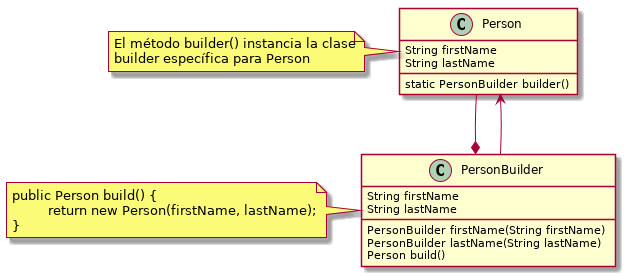
Above: plantuml/creational/builder.png in sauljabin/java-design-patterns (PlantUML), before the change. Source of this version:
```plantuml
@startuml

class Person {
String firstName
String lastName
static PersonBuilder builder()
}

class PersonBuilder {
String firstName
String lastName
PersonBuilder firstName(String firstName)
PersonBuilder lastName(String lastName)
Person build()
}

PersonBuilder *-up- Person
PersonBuilder --> Person

note "El método builder() instancia la clase\nbuilder específica para Person" as PersonNote
PersonNote .r. Person

note "public Person build() {\n         return new Person(firstName, lastName);\n}" as PersonBuilderNote
PersonBuilderNote .r. PersonBuilder

@enduml
```
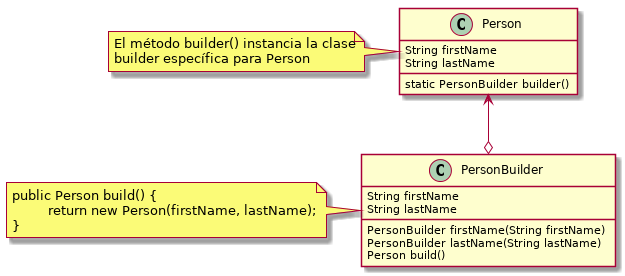
After the commit.

Diff of the diagram source:
```diff
@@ -1,21 +1,20 @@
 @startuml
 
 class Person {
-String firstName
-String lastName
-static PersonBuilder builder()
+    String firstName
+    String lastName
+    static PersonBuilder builder()
 }
 
 class PersonBuilder {
-String firstName
-String lastName
-PersonBuilder firstName(String firstName)
-PersonBuilder lastName(String lastName)
-Person build()
+    String firstName
+    String lastName
+    PersonBuilder firstName(String firstName)
+    PersonBuilder lastName(String lastName)
+    Person build()
 }
 
-PersonBuilder *-up- Person
-PersonBuilder --> Person
+PersonBuilder o-u-> Person
 
 note "El método builder() instancia la clase\nbuilder específica para Person" as PersonNote
 PersonNote .r. Person
```
